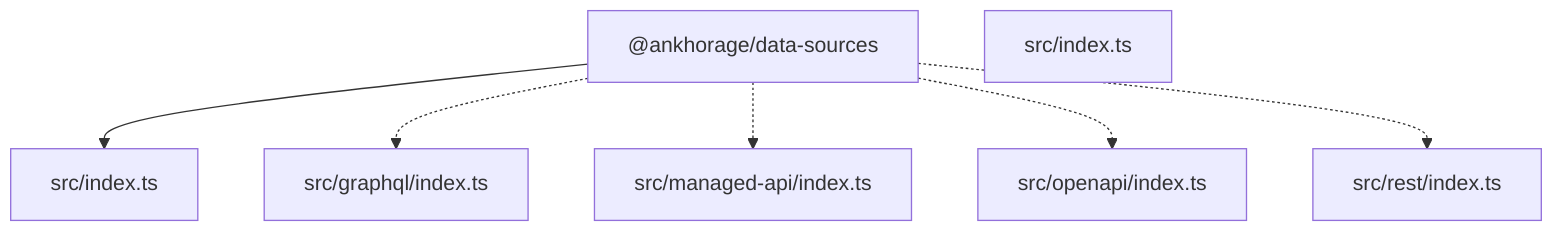
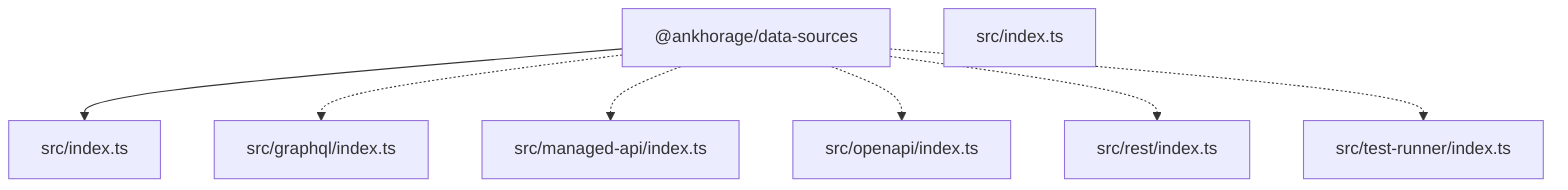
graph TD
  package__ankhorage_data_sources["@ankhorage/data-sources"]
  entrypoint_src_index_ts["src/index.ts"]
  package__ankhorage_data_sources --> entrypoint_src_index_ts
  module_src_graphql_index_ts["src/graphql/index.ts"]
  package__ankhorage_data_sources -.-> module_src_graphql_index_ts
  module_src_index_ts["src/index.ts"]
  module_src_managed_api_index_ts["src/managed-api/index.ts"]
  package__ankhorage_data_sources -.-> module_src_managed_api_index_ts
  module_src_openapi_index_ts["src/openapi/index.ts"]
  package__ankhorage_data_sources -.-> module_src_openapi_index_ts
  module_src_rest_index_ts["src/rest/index.ts"]
  package__ankhorage_data_sources -.-> module_src_rest_index_ts
+   module_src_test_runner_index_ts["src/test-runner/index.ts"]
+   package__ankhorage_data_sources -.-> module_src_test_runner_index_ts
